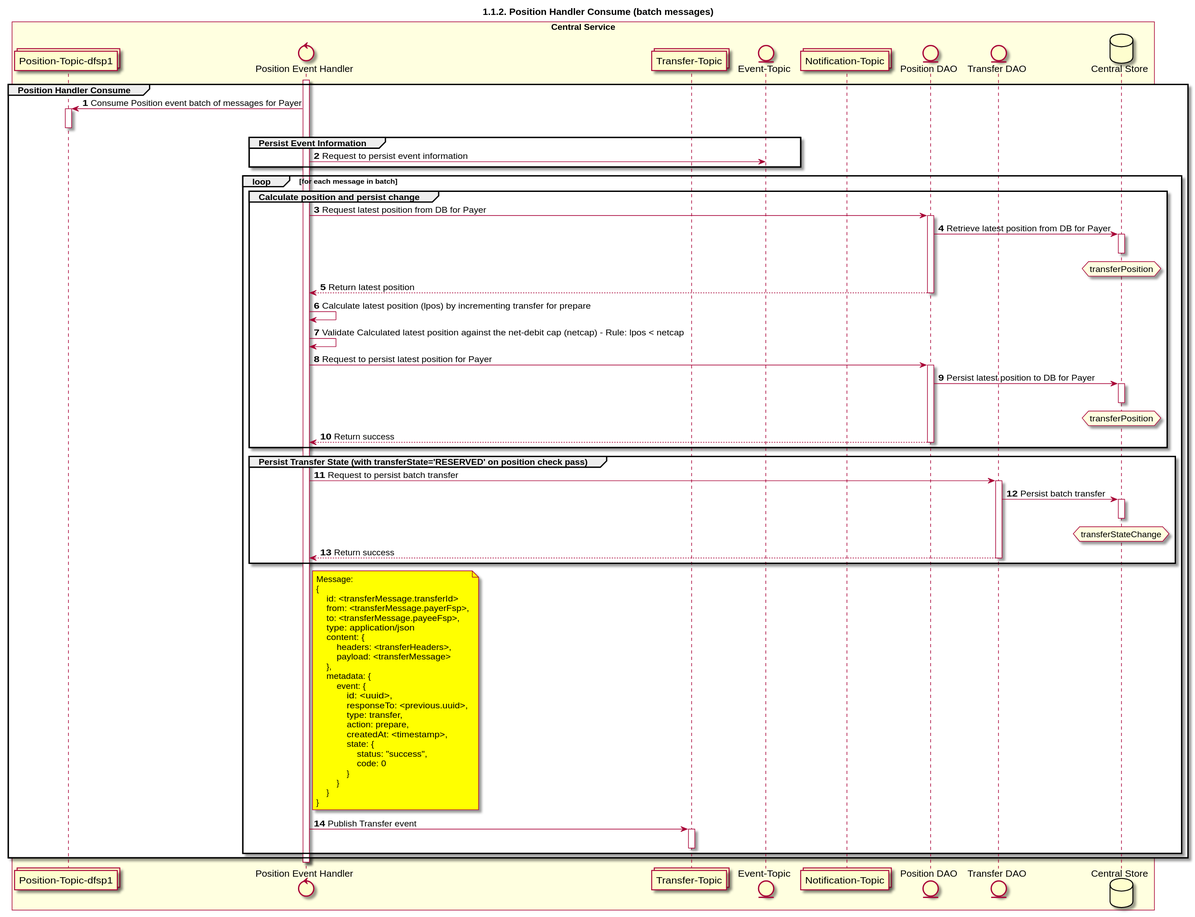
ggrg/docs keeps this PlantUML diagram as CentralServices/seq_diagrams/seq-prepare-1.1.2.b.svg. Above is the earlier version.
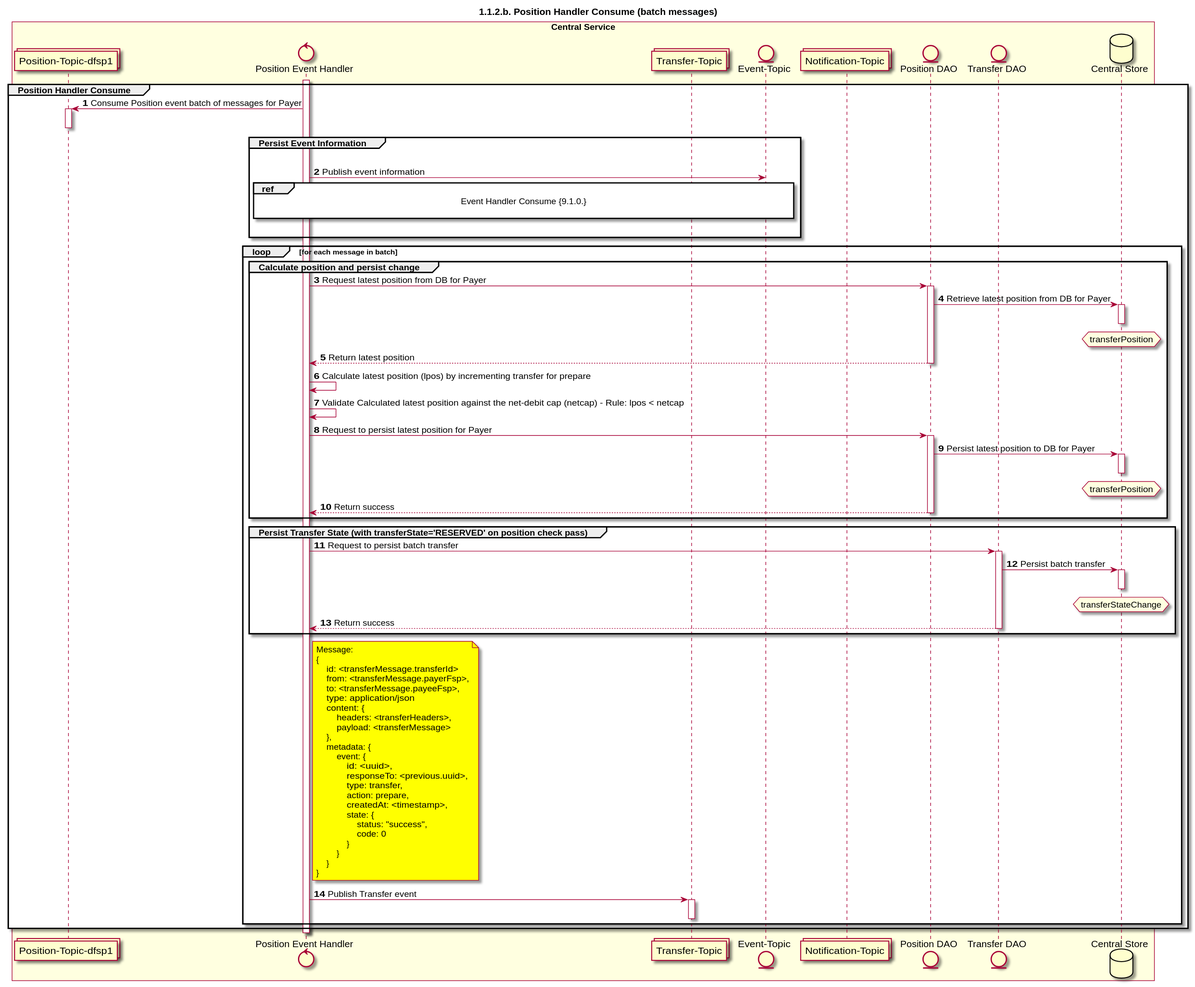
After the change.

What changed in the source:
```diff
@@ -1,5 +1,5 @@
 @startuml
-title 1.1.2. Position Handler Consume (batch messages)
+title 1.1.2.b. Position Handler Consume (batch messages)
 
 autonumber
 
@@ -31,7 +31,10 @@
     deactivate TOPIC_POSITION_DFSP1
 
     group Persist Event Information
-        POS_HANDLER -> TOPIC_EVENTS: Request to persist event information
+        |||
+        POS_HANDLER -> TOPIC_EVENTS: Publish event information
+        ref over POS_HANDLER, TOPIC_EVENTS : Event Handler Consume {9.1.0.} \n
+        |||
     end
 
     loop for each message in batch
```
